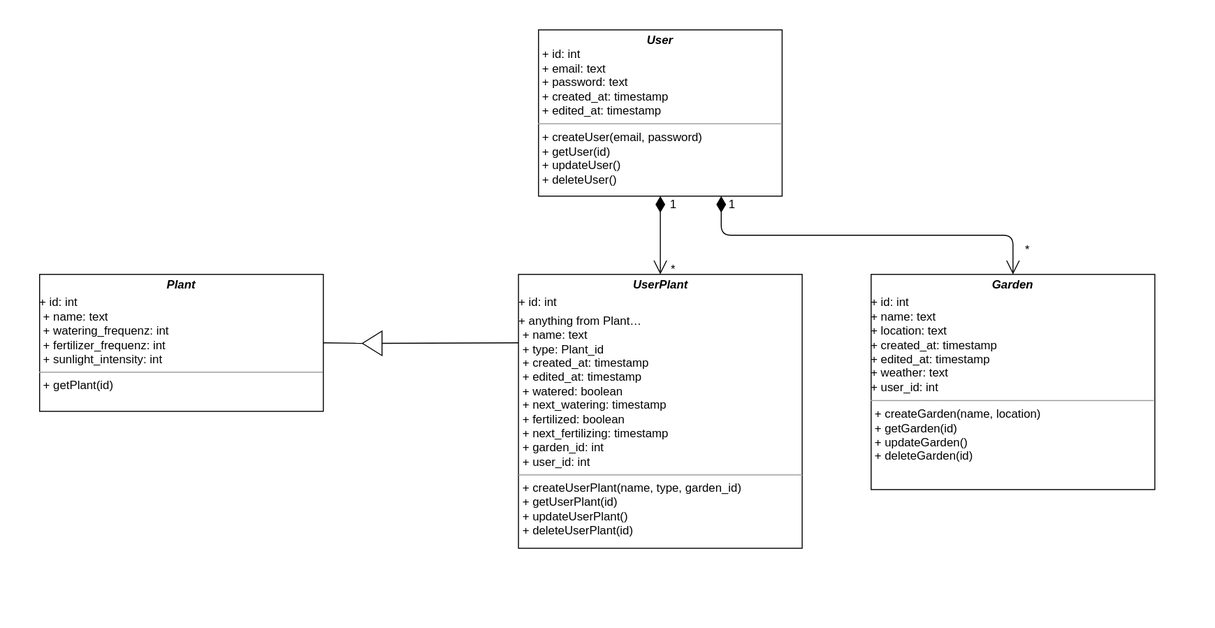
Before: docs/assets/svg/architecturalDiagrams/classDiagram.drawio.svg, a diagram exported from draw.io (Green-Fingers-App/gardeningApp). Source tidied: cells renumbered, new cells last; positions are measured from the earlier drawing's top-left corner, leaving out a move shared by most shapes.
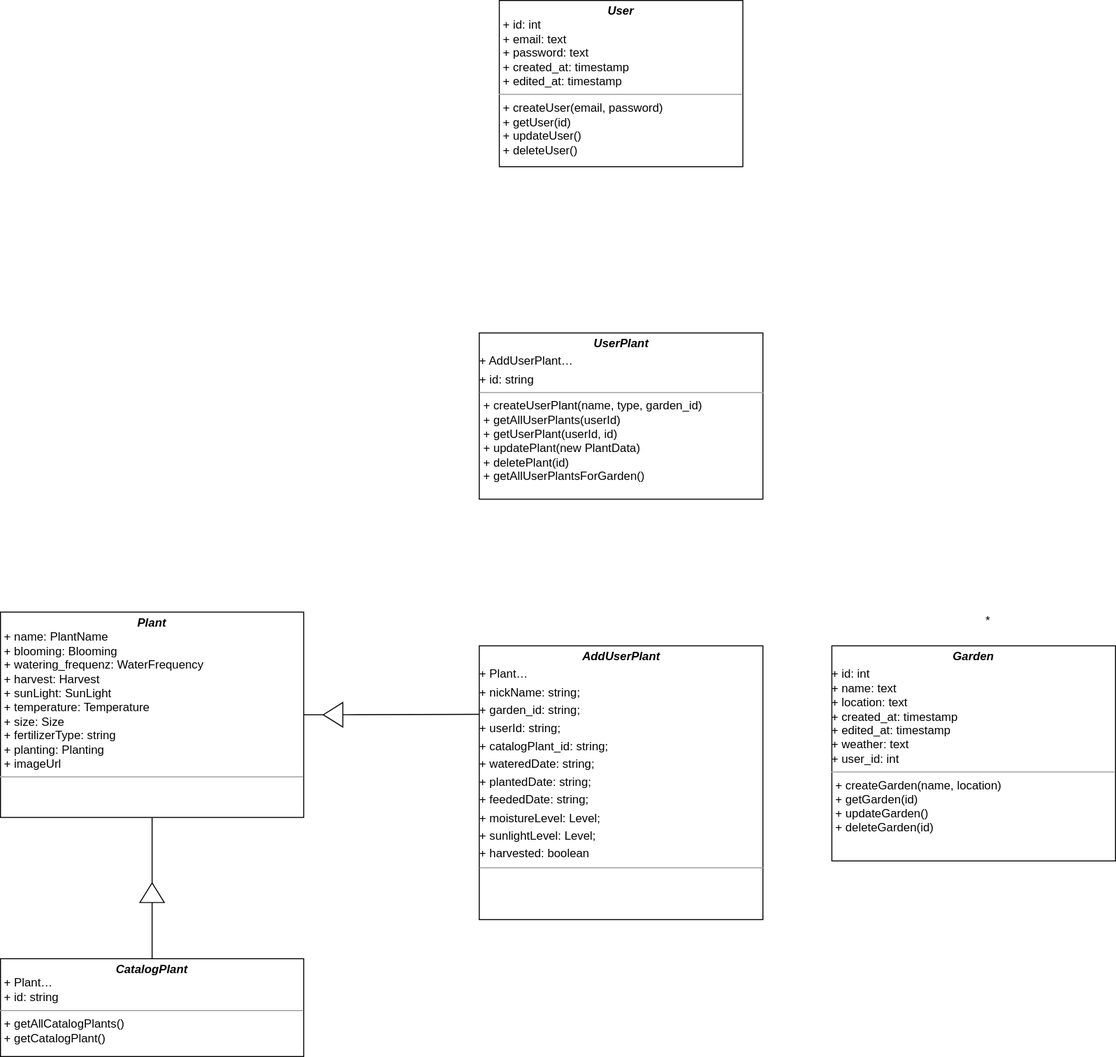
After the commit.

Commit message:
Update class diagram and SRS (not finished)

What changed in the source:
```diff
@@ -2,36 +2,18 @@
   <root>
     <mxCell id="0" />
     <mxCell id="1" parent="0" />
-    <mxCell id="2" style="whiteSpace=wrap;html=1;fillColor=#FFFFFF;strokeColor=none;" parent="1" vertex="1">
-      <mxGeometry width="1240" height="640" as="geometry" />
-    </mxCell>
     <mxCell id="3" value="&lt;p style=&quot;margin:0px;margin-top:4px;text-align:center;&quot;&gt;&lt;i&gt;&lt;b&gt;User&lt;/b&gt;&lt;/i&gt;&lt;br&gt;&lt;/p&gt;&lt;p style=&quot;margin:0px;margin-left:4px;&quot;&gt;+ id: int&lt;br&gt;+ email: text&lt;/p&gt;&lt;p style=&quot;margin:0px;margin-left:4px;&quot;&gt;+ password: text&lt;/p&gt;&lt;p style=&quot;margin:0px;margin-left:4px;&quot;&gt;+ created_at: timestamp&lt;/p&gt;&lt;p style=&quot;margin:0px;margin-left:4px;&quot;&gt;+ edited_at: timestamp&lt;/p&gt;&lt;hr size=&quot;1&quot;&gt;&lt;p style=&quot;margin:0px;margin-left:4px;&quot;&gt;+ createUser(email, password)&lt;/p&gt;&lt;p style=&quot;margin:0px;margin-left:4px;&quot;&gt;+ getUser(id)&lt;/p&gt;&lt;p style=&quot;margin:0px;margin-left:4px;&quot;&gt;+ updateUser()&lt;/p&gt;&lt;p style=&quot;margin:0px;margin-left:4px;&quot;&gt;+ deleteUser()&lt;/p&gt;" style="verticalAlign=top;align=left;overflow=fill;fontSize=12;fontFamily=Helvetica;html=1;strokeColor=#000000;fontColor=#000000;fillColor=#FFFFFF;" parent="1" vertex="1">
-      <mxGeometry x="550" y="30" width="249" height="170" as="geometry" />
+      <mxGeometry x="550" y="-380" width="249" height="170" as="geometry" />
     </mxCell>
-    <mxCell id="4" value="&lt;p style=&quot;margin:0px;margin-top:4px;text-align:center;&quot;&gt;&lt;span style=&quot;background-color: initial; text-align: left;&quot;&gt;&lt;b&gt;&lt;i&gt;UserPlant&lt;/i&gt;&lt;/b&gt;&lt;/span&gt;&lt;/p&gt;&lt;p style=&quot;margin: 4px 0px 0px;&quot;&gt;&lt;span style=&quot;background-color: initial;&quot;&gt;&amp;nbsp;+ id: int&lt;/span&gt;&lt;br&gt;&lt;/p&gt;&lt;p style=&quot;margin: 4px 0px 0px;&quot;&gt;&lt;span style=&quot;background-color: initial;&quot;&gt;&amp;nbsp;+ anything from Plant…&lt;/span&gt;&lt;/p&gt;&lt;p style=&quot;margin:0px;margin-left:4px;&quot;&gt;+ name: text&lt;/p&gt;&lt;p style=&quot;margin:0px;margin-left:4px;&quot;&gt;+ type: Plant_id&lt;/p&gt;&lt;p style=&quot;margin:0px;margin-left:4px;&quot;&gt;+ created_at: timestamp&lt;/p&gt;&lt;p style=&quot;margin:0px;margin-left:4px;&quot;&gt;+ edited_at: timestamp&lt;/p&gt;&lt;p style=&quot;margin:0px;margin-left:4px;&quot;&gt;+ watered: boolean&lt;/p&gt;&lt;p style=&quot;margin:0px;margin-left:4px;&quot;&gt;+ next_watering: timestamp&lt;/p&gt;&lt;p style=&quot;margin:0px;margin-left:4px;&quot;&gt;+ fertilized: boolean&lt;/p&gt;&lt;p style=&quot;margin:0px;margin-left:4px;&quot;&gt;+ next_fertilizing: timestamp&lt;/p&gt;&lt;p style=&quot;margin:0px;margin-left:4px;&quot;&gt;+ garden_id: int&lt;/p&gt;&lt;p style=&quot;margin:0px;margin-left:4px;&quot;&gt;+ user_id: int&lt;br&gt;&lt;/p&gt;&lt;hr size=&quot;1&quot;&gt;&lt;p style=&quot;margin:0px;margin-left:4px;&quot;&gt;+ createUserPlant(name, type, garden_id)&lt;/p&gt;&lt;p style=&quot;margin:0px;margin-left:4px;&quot;&gt;+ getUserPlant(id)&lt;/p&gt;&lt;p style=&quot;margin:0px;margin-left:4px;&quot;&gt;+ updateUserPlant()&lt;/p&gt;&lt;p style=&quot;margin:0px;margin-left:4px;&quot;&gt;+ deleteUserPlant(id)&lt;/p&gt;" style="verticalAlign=top;align=left;overflow=fill;fontSize=12;fontFamily=Helvetica;html=1;strokeColor=#000000;fontColor=#000000;fillColor=#FFFFFF;" parent="1" vertex="1">
+    <mxCell id="4" value="&lt;p style=&quot;margin:0px;margin-top:4px;text-align:center;&quot;&gt;&lt;span style=&quot;background-color: initial; text-align: left;&quot;&gt;&lt;b&gt;&lt;i&gt;AddUserPlant&lt;/i&gt;&lt;/b&gt;&lt;/span&gt;&lt;/p&gt;&lt;p style=&quot;margin: 4px 0px 0px;&quot;&gt;&lt;span style=&quot;background-color: initial;&quot;&gt;&amp;nbsp;+ Plant…&lt;/span&gt;&lt;br&gt;&lt;/p&gt;&lt;p style=&quot;margin: 4px 0px 0px;&quot;&gt;&lt;span style=&quot;background-color: initial;&quot;&gt;&amp;nbsp;+ nickName: string;&lt;/span&gt;&lt;/p&gt;&lt;p style=&quot;margin: 4px 0px 0px;&quot;&gt;&amp;nbsp;+ garden_id: string;&lt;/p&gt;&lt;p style=&quot;margin: 4px 0px 0px;&quot;&gt;&amp;nbsp;+ userId: string;&lt;/p&gt;&lt;p style=&quot;margin: 4px 0px 0px;&quot;&gt;&amp;nbsp;+ catalogPlant_id: string;&lt;/p&gt;&lt;p style=&quot;margin: 4px 0px 0px;&quot;&gt;&amp;nbsp;+ wateredDate: string;&lt;/p&gt;&lt;p style=&quot;margin: 4px 0px 0px;&quot;&gt;&amp;nbsp;+ plantedDate: string;&lt;/p&gt;&lt;p style=&quot;margin: 4px 0px 0px;&quot;&gt;&amp;nbsp;+ feededDate: string;&lt;/p&gt;&lt;p style=&quot;margin: 4px 0px 0px;&quot;&gt;&amp;nbsp;+ moistureLevel: Level;&lt;/p&gt;&lt;p style=&quot;margin: 4px 0px 0px;&quot;&gt;&amp;nbsp;+ sunlightLevel: Level;&lt;/p&gt;&lt;p style=&quot;margin: 4px 0px 0px;&quot;&gt;&amp;nbsp;+ harvested: boolean&lt;/p&gt;&lt;hr size=&quot;1&quot;&gt;&lt;p style=&quot;margin:0px;margin-left:4px;&quot;&gt;&lt;br&gt;&lt;/p&gt;" style="verticalAlign=top;align=left;overflow=fill;fontSize=12;fontFamily=Helvetica;html=1;strokeColor=#000000;fontColor=#000000;fillColor=#FFFFFF;" parent="1" vertex="1">
       <mxGeometry x="529.5" y="280" width="290" height="280" as="geometry" />
     </mxCell>
     <mxCell id="5" value="&lt;p style=&quot;margin:0px;margin-top:4px;text-align:center;&quot;&gt;&lt;span style=&quot;background-color: initial; text-align: left;&quot;&gt;&lt;b&gt;&lt;i&gt;Garden&lt;/i&gt;&lt;/b&gt;&lt;/span&gt;&lt;/p&gt;&lt;p style=&quot;margin: 4px 0px 0px;&quot;&gt;&lt;span style=&quot;background-color: initial;&quot;&gt;&amp;nbsp;&lt;/span&gt;&lt;/p&gt;&amp;nbsp;+ id: int&lt;br style=&quot;padding: 0px; margin: 0px;&quot;&gt;&amp;nbsp;+ name: text&lt;br style=&quot;padding: 0px; margin: 0px;&quot;&gt;&amp;nbsp;+ location: text&lt;br style=&quot;padding: 0px; margin: 0px;&quot;&gt;&amp;nbsp;+ created_at: timestamp&lt;br style=&quot;padding: 0px; margin: 0px;&quot;&gt;&amp;nbsp;+ edited_at: timestamp&lt;br style=&quot;padding: 0px; margin: 0px;&quot;&gt;&amp;nbsp;+ weather: text&lt;br style=&quot;padding: 0px; margin: 0px;&quot;&gt;&amp;nbsp;+ user_id: int&lt;hr size=&quot;1&quot;&gt;&lt;p style=&quot;margin:0px;margin-left:4px;&quot;&gt;+ createGarden(name, location)&lt;/p&gt;&lt;p style=&quot;margin:0px;margin-left:4px;&quot;&gt;+ getGarden(id)&lt;/p&gt;&lt;p style=&quot;margin:0px;margin-left:4px;&quot;&gt;+ updateGarden()&lt;/p&gt;&lt;p style=&quot;margin:0px;margin-left:4px;&quot;&gt;+ deleteGarden(id)&lt;/p&gt;" style="verticalAlign=top;align=left;overflow=fill;fontSize=12;fontFamily=Helvetica;html=1;strokeColor=#000000;fontColor=#000000;fillColor=#FFFFFF;" parent="1" vertex="1">
       <mxGeometry x="890" y="280" width="290" height="220" as="geometry" />
     </mxCell>
-    <mxCell id="6" value="&lt;p style=&quot;margin:0px;margin-top:4px;text-align:center;&quot;&gt;&lt;span style=&quot;background-color: initial; text-align: left;&quot;&gt;&lt;b&gt;&lt;i&gt;Plant&lt;/i&gt;&lt;/b&gt;&lt;/span&gt;&lt;/p&gt;&lt;p style=&quot;margin: 4px 0px 0px;&quot;&gt;&lt;span style=&quot;background-color: initial;&quot;&gt;&amp;nbsp;+ id: int&lt;/span&gt;&lt;br&gt;&lt;/p&gt;&lt;p style=&quot;margin:0px;margin-left:4px;&quot;&gt;+ name: text&lt;/p&gt;&lt;p style=&quot;margin:0px;margin-left:4px;&quot;&gt;+ watering_frequenz: int&lt;/p&gt;&lt;p style=&quot;margin:0px;margin-left:4px;&quot;&gt;+ fertilizer_frequenz: int&lt;/p&gt;&lt;p style=&quot;margin:0px;margin-left:4px;&quot;&gt;+ sunlight_intensity: int&lt;/p&gt;&lt;hr size=&quot;1&quot;&gt;&lt;p style=&quot;margin:0px;margin-left:4px;&quot;&gt;&lt;span style=&quot;background-color: initial;&quot;&gt;+ getPlant(id)&lt;/span&gt;&lt;br&gt;&lt;/p&gt;" style="verticalAlign=top;align=left;overflow=fill;fontSize=12;fontFamily=Helvetica;html=1;strokeColor=#000000;fontColor=#000000;fillColor=#FFFFFF;" parent="1" vertex="1">
-      <mxGeometry x="40" y="280" width="290" height="140" as="geometry" />
+    <mxCell id="6" value="&lt;p style=&quot;margin:0px;margin-top:4px;text-align:center;&quot;&gt;&lt;span style=&quot;background-color: initial; text-align: left;&quot;&gt;&lt;b&gt;&lt;i&gt;Plant&lt;/i&gt;&lt;/b&gt;&lt;/span&gt;&lt;/p&gt;&lt;p style=&quot;margin:0px;margin-left:4px;&quot;&gt;+ name: PlantName&lt;/p&gt;&lt;p style=&quot;margin:0px;margin-left:4px;&quot;&gt;+ blooming: Blooming&lt;/p&gt;&lt;p style=&quot;margin:0px;margin-left:4px;&quot;&gt;+ watering_frequenz: WaterFrequency&lt;/p&gt;&lt;p style=&quot;margin:0px;margin-left:4px;&quot;&gt;+ harvest: Harvest&lt;/p&gt;&lt;p style=&quot;margin:0px;margin-left:4px;&quot;&gt;+ sunLight: SunLight&lt;/p&gt;&lt;p style=&quot;margin:0px;margin-left:4px;&quot;&gt;+ temperature: Temperature&lt;/p&gt;&lt;p style=&quot;margin:0px;margin-left:4px;&quot;&gt;+ size: Size&lt;/p&gt;&lt;p style=&quot;margin:0px;margin-left:4px;&quot;&gt;+ fertilizerType: string&lt;/p&gt;&lt;p style=&quot;margin:0px;margin-left:4px;&quot;&gt;+ planting: Planting&lt;/p&gt;&lt;p style=&quot;margin:0px;margin-left:4px;&quot;&gt;+ imageUrl&lt;br&gt;&lt;/p&gt;&lt;hr size=&quot;1&quot;&gt;&lt;p style=&quot;margin:0px;margin-left:4px;&quot;&gt;&lt;br&gt;&lt;/p&gt;" style="verticalAlign=top;align=left;overflow=fill;fontSize=12;fontFamily=Helvetica;html=1;strokeColor=#000000;fontColor=#000000;fillColor=#FFFFFF;" parent="1" vertex="1">
+      <mxGeometry x="40" y="245.5" width="310" height="210" as="geometry" />
     </mxCell>
-    <mxCell id="7" style="endArrow=open;html=1;endSize=12;startArrow=diamondThin;startSize=14;startFill=1;edgeStyle=orthogonalEdgeStyle;align=left;verticalAlign=bottom;exitX=0.5;exitY=1;exitDx=0;exitDy=0;entryX=0.5;entryY=0;entryDx=0;entryDy=0;" parent="1" edge="1" source="3" target="4">
-      <mxGeometry x="-1" y="16" relative="1" as="geometry" />
-    </mxCell>
-    <mxCell id="8" value="1" style="text;html=1;strokeColor=none;fillColor=none;align=center;verticalAlign=middle;whiteSpace=wrap;rounded=0;" parent="1" vertex="1">
-      <mxGeometry x="658" y="194" width="60" height="30" as="geometry" />
-    </mxCell>
-    <mxCell id="9" value="*" style="text;html=1;strokeColor=none;fillColor=none;align=center;verticalAlign=middle;whiteSpace=wrap;rounded=0;" parent="1" vertex="1">
-      <mxGeometry x="658" y="260" width="60" height="30" as="geometry" />
-    </mxCell>
-    <mxCell id="10" style="endArrow=open;html=1;endSize=12;startArrow=diamondThin;startSize=14;startFill=1;edgeStyle=orthogonalEdgeStyle;align=left;verticalAlign=bottom;exitX=0.75;exitY=1;exitDx=0;exitDy=0;entryX=0.5;entryY=0;entryDx=0;entryDy=0;" parent="1" edge="1" source="3" target="5">
-      <mxGeometry x="-1" y="3" relative="1" as="geometry" />
-    </mxCell>
-    <mxCell id="11" value="1" style="text;html=1;strokeColor=none;fillColor=none;align=center;verticalAlign=middle;whiteSpace=wrap;rounded=0;" parent="1" vertex="1">
-      <mxGeometry x="718" y="194" width="60" height="30" as="geometry" />
-    </mxCell>
     <mxCell id="12" value="*" style="text;html=1;strokeColor=none;fillColor=none;align=center;verticalAlign=middle;whiteSpace=wrap;rounded=0;" parent="1" vertex="1">
       <mxGeometry x="1020" y="240" width="60" height="30" as="geometry" />
     </mxCell>
@@ -44,5 +26,20 @@
     <mxCell id="15" style="endArrow=none;html=1;exitX=0;exitY=0.5;exitDx=0;exitDy=0;entryX=0;entryY=0.25;entryDx=0;entryDy=0;" parent="1" edge="1" source="13" target="4">
       <mxGeometry relative="1" as="geometry" />
     </mxCell>
+    <mxCell id="16" value="&lt;p style=&quot;margin:0px;margin-top:4px;text-align:center;&quot;&gt;&lt;span style=&quot;background-color: initial; text-align: left;&quot;&gt;&lt;b&gt;&lt;i&gt;CatalogPlant&lt;/i&gt;&lt;/b&gt;&lt;/span&gt;&lt;/p&gt;&lt;p style=&quot;margin:0px;margin-left:4px;&quot;&gt;+ Plant…&lt;/p&gt;&lt;p style=&quot;margin:0px;margin-left:4px;&quot;&gt;+ id: string&lt;/p&gt;&lt;hr size=&quot;1&quot;&gt;&lt;p style=&quot;margin:0px;margin-left:4px;&quot;&gt;&lt;span style=&quot;background-color: initial;&quot;&gt;+ getAllCatalogPlants()&lt;/span&gt;&lt;br&gt;&lt;/p&gt;&lt;p style=&quot;margin:0px;margin-left:4px;&quot;&gt;&lt;span style=&quot;background-color: initial;&quot;&gt;+ getCatalogPlant()&lt;/span&gt;&lt;/p&gt;" style="verticalAlign=top;align=left;overflow=fill;fontSize=12;fontFamily=Helvetica;html=1;strokeColor=#000000;fontColor=#000000;fillColor=#FFFFFF;" parent="1" vertex="1">
+      <mxGeometry x="40" y="600" width="310" height="100" as="geometry" />
+    </mxCell>
+    <mxCell id="17" style="endArrow=none;html=1;exitX=1;exitY=0.5;exitDx=0;exitDy=0;entryX=0.5;entryY=1;entryDx=0;entryDy=0;" parent="1" edge="1" source="19" target="6">
+      <mxGeometry relative="1" as="geometry" />
+    </mxCell>
+    <mxCell id="18" style="edgeStyle=none;html=1;entryX=0.5;entryY=0;entryDx=0;entryDy=0;endArrow=none;endFill=0;" parent="1" edge="1" source="19" target="16">
+      <mxGeometry relative="1" as="geometry" />
+    </mxCell>
+    <mxCell id="19" style="triangle;whiteSpace=wrap;html=1;rotation=-90;fillColor=none;" parent="1" vertex="1">
+      <mxGeometry x="185" y="520" width="20" height="25" as="geometry" />
+    </mxCell>
+    <mxCell id="20" value="&lt;p style=&quot;margin:0px;margin-top:4px;text-align:center;&quot;&gt;&lt;span style=&quot;background-color: initial; text-align: left;&quot;&gt;&lt;b&gt;&lt;i&gt;UserPlant&lt;/i&gt;&lt;/b&gt;&lt;/span&gt;&lt;/p&gt;&lt;p style=&quot;margin: 4px 0px 0px;&quot;&gt;&lt;span style=&quot;background-color: initial;&quot;&gt;&amp;nbsp;+ AddUserPlant…&lt;/span&gt;&lt;/p&gt;&lt;p style=&quot;margin: 4px 0px 0px;&quot;&gt;&lt;span style=&quot;background-color: initial;&quot;&gt;&amp;nbsp;+ id: string&lt;/span&gt;&lt;/p&gt;&lt;hr size=&quot;1&quot;&gt;&lt;p style=&quot;margin:0px;margin-left:4px;&quot;&gt;+ createUserPlant(name, type, garden_id)&lt;/p&gt;&lt;p style=&quot;margin:0px;margin-left:4px;&quot;&gt;+ getAllUserPlants(userId)&lt;br&gt;&lt;/p&gt;&lt;p style=&quot;margin:0px;margin-left:4px;&quot;&gt;+ getUserPlant(userId, id)&lt;/p&gt;&lt;p style=&quot;margin:0px;margin-left:4px;&quot;&gt;+ updatePlant(new PlantData)&lt;/p&gt;&lt;p style=&quot;margin:0px;margin-left:4px;&quot;&gt;+ deletePlant(id)&lt;/p&gt;&lt;p style=&quot;margin:0px;margin-left:4px;&quot;&gt;+ getAllUserPlantsForGarden()&lt;/p&gt;" style="verticalAlign=top;align=left;overflow=fill;fontSize=12;fontFamily=Helvetica;html=1;strokeColor=#000000;fontColor=#000000;fillColor=#FFFFFF;" parent="1" vertex="1">
+      <mxGeometry x="529.5" y="-40" width="290" height="170" as="geometry" />
+    </mxCell>
   </root>
 </mxGraphModel>
```
